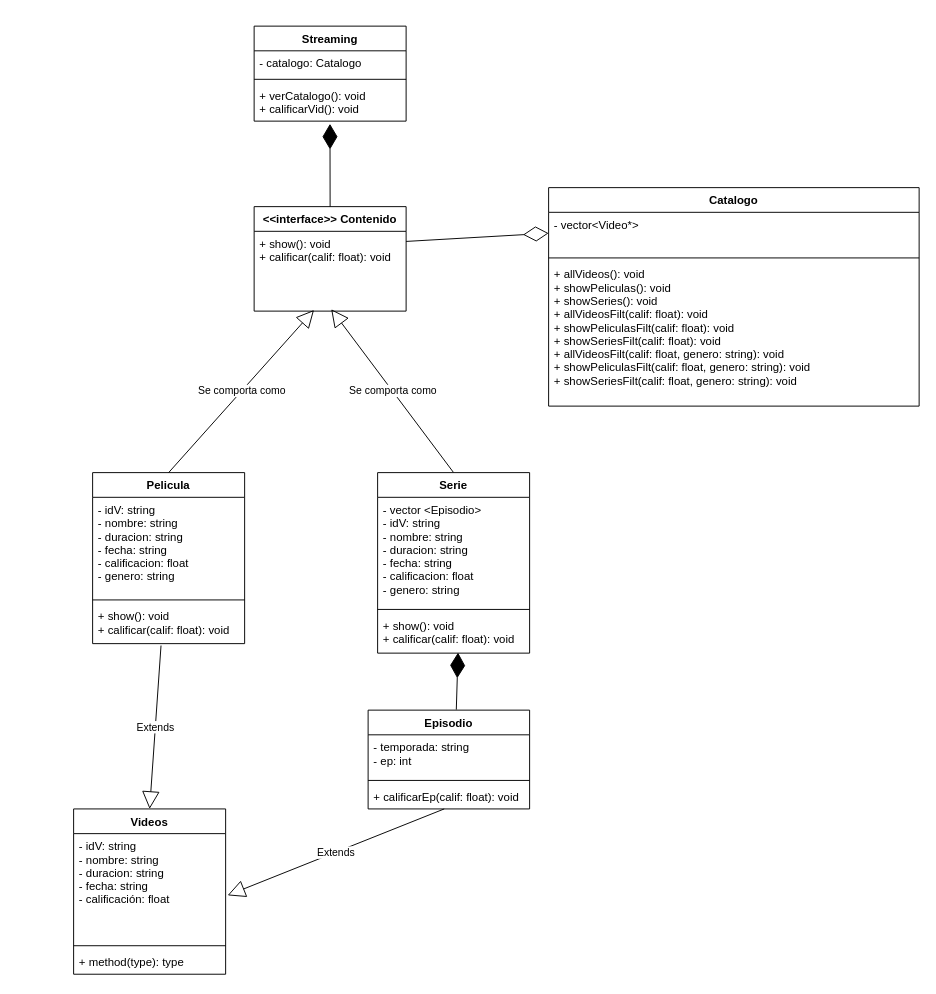
Earlier version of the draw.io diagram streaming 2.drawio (A01750658/proyecto_cpp). Source tidied: cells renumbered, new cells numbered last; positions are measured from the earlier drawing's top-left corner, leaving out a move shared by most shapes. Both pictures are drawn from the tidied source at 95%, with x=0, y=0 at pixel (73, 26).
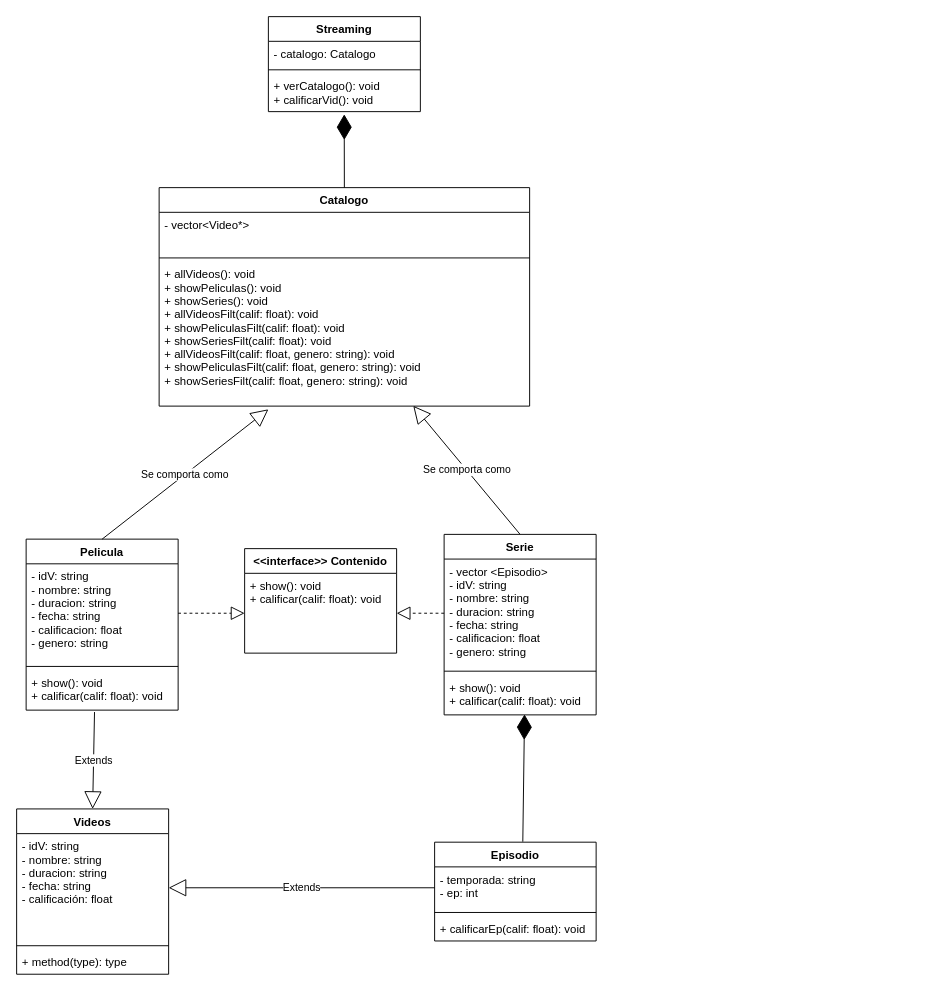
The same diagram, later.

The change refers to these unchanged cells:
```xml
<mxCell id="5" value="- vector&lt;Video*&gt;" style="text;strokeColor=none;fillColor=none;align=left;verticalAlign=top;spacingLeft=4;spacingRight=4;overflow=hidden;points=[[0,0.5],[1,0.5]];portConstraint=eastwest;" parent="4" vertex="1">
  <mxGeometry y="26" width="390" height="44" as="geometry" />
</mxCell>
<mxCell id="7" value="+ allVideos(): void&#10;+ showPeliculas(): void&#10;+ showSeries(): void&#10;+ allVideosFilt(calif: float): void&#10;+ showPeliculasFilt(calif: float): void&#10;+ showSeriesFilt(calif: float): void&#10;+ allVideosFilt(calif: float, genero: string): void&#10;+ showPeliculasFilt(calif: float, genero: string): void&#10;+ showSeriesFilt(calif: float, genero: string): void" style="text;strokeColor=none;fillColor=none;align=left;verticalAlign=top;spacingLeft=4;spacingRight=4;overflow=hidden;points=[[0,0.5],[1,0.5]];portConstraint=eastwest;" parent="4" vertex="1">
  <mxGeometry y="78" width="390" height="152" as="geometry" />
</mxCell>
<mxCell id="9" value="+ show(): void&#10;+ calificar(calif: float): void&#10;" style="text;strokeColor=none;fillColor=none;align=left;verticalAlign=top;spacingLeft=4;spacingRight=4;overflow=hidden;points=[[0,0.5],[1,0.5]];portConstraint=eastwest;" parent="8" vertex="1">
  <mxGeometry y="26" width="160" height="84" as="geometry" />
</mxCell>
<mxCell id="15" value="+ verCatalogo(): void&#10;+ calificarVid(): void" style="text;strokeColor=none;fillColor=none;align=left;verticalAlign=top;spacingLeft=4;spacingRight=4;overflow=hidden;points=[[0,0.5],[1,0.5]];portConstraint=eastwest;" parent="12" vertex="1">
  <mxGeometry y="60" width="160" height="40" as="geometry" />
</mxCell>
<mxCell id="17" value="- idV: string&#10;- nombre: string&#10;- duracion: string&#10;- fecha: string&#10;- calificacion: float&#10;- genero: string" style="text;strokeColor=none;fillColor=none;align=left;verticalAlign=top;spacingLeft=4;spacingRight=4;overflow=hidden;points=[[0,0.5],[1,0.5]];portConstraint=eastwest;" parent="16" vertex="1">
  <mxGeometry y="26" width="160" height="104" as="geometry" />
</mxCell>
<mxCell id="22" value="- vector &lt;Episodio&gt;&#10;- idV: string&#10;- nombre: string&#10;- duracion: string&#10;- fecha: string&#10;- calificacion: float&#10;- genero: string" style="text;strokeColor=none;fillColor=none;align=left;verticalAlign=top;spacingLeft=4;spacingRight=4;overflow=hidden;points=[[0,0.5],[1,0.5]];portConstraint=eastwest;" parent="21" vertex="1">
  <mxGeometry y="26" width="160" height="114" as="geometry" />
</mxCell>
<mxCell id="26" value="- temporada: string&#10;- ep: int" style="text;strokeColor=none;fillColor=none;align=left;verticalAlign=top;spacingLeft=4;spacingRight=4;overflow=hidden;points=[[0,0.5],[1,0.5]];portConstraint=eastwest;" parent="25" vertex="1">
  <mxGeometry y="26" width="170" height="44" as="geometry" />
</mxCell>
<mxCell id="28" value="+ calificarEp(calif: float): void" style="text;strokeColor=none;fillColor=none;align=left;verticalAlign=top;spacingLeft=4;spacingRight=4;overflow=hidden;points=[[0,0.5],[1,0.5]];portConstraint=eastwest;" parent="25" vertex="1">
  <mxGeometry y="78" width="170" height="26" as="geometry" />
</mxCell>
<mxCell id="30" value="- idV: string&#10;- nombre: string&#10;- duracion: string&#10;- fecha: string&#10;- calificación: float" style="text;strokeColor=none;fillColor=none;align=left;verticalAlign=top;spacingLeft=4;spacingRight=4;overflow=hidden;points=[[0,0.5],[1,0.5]];portConstraint=eastwest;" parent="29" vertex="1">
  <mxGeometry y="26" width="160" height="114" as="geometry" />
</mxCell>
```

What changed in the source:
```diff
@@
-    <mxCell id="2" style="endArrow=diamondThin;endFill=0;endSize=24;html=1;exitX=1;exitY=0.333;exitDx=0;exitDy=0;exitPerimeter=0;entryX=0;entryY=0.5;entryDx=0;entryDy=0;" parent="1" edge="1" source="8" target="5">
-      <mxGeometry relative="1" as="geometry" />
-    </mxCell>
@@
     <mxCell id="4" value="Catalogo" style="swimlane;fontStyle=1;align=center;verticalAlign=top;horizontal=1;startSize=26;" parent="1" vertex="1">
-      <mxGeometry x="500" y="170" width="390" height="230" as="geometry" />
+      <mxGeometry x="90" y="170" width="390" height="230" as="geometry" />
     </mxCell>
@@
     <mxCell id="8" value="&lt;&lt;interface&gt;&gt; Contenido" style="swimlane;fontStyle=1;align=center;verticalAlign=top;horizontal=1;startSize=26;" parent="1" vertex="1">
-      <mxGeometry x="190" y="190" width="160" height="110" as="geometry" />
+      <mxGeometry x="180" y="550" width="160" height="110" as="geometry" />
     </mxCell>
@@
-    <mxCell id="10" value="Se comporta como" style="endArrow=block;endSize=16;endFill=0;html=1;entryX=0.507;entryY=0.976;entryDx=0;entryDy=0;entryPerimeter=0;exitX=0.5;exitY=0;exitDx=0;exitDy=0;" parent="1" edge="1" source="21" target="9">
+    <mxCell id="10" value="Se comporta como" style="endArrow=block;endSize=16;endFill=0;html=1;exitX=0.5;exitY=0;exitDx=0;exitDy=0;entryX=0.686;entryY=0.998;entryDx=0;entryDy=0;entryPerimeter=0;" parent="1" edge="1" source="21" target="7">
       <mxGeometry relative="1" as="geometry" />
     </mxCell>
-    <mxCell id="11" style="endArrow=diamondThin;endFill=1;endSize=24;html=1;exitX=0.5;exitY=0;exitDx=0;exitDy=0;entryX=0.499;entryY=1.072;entryDx=0;entryDy=0;entryPerimeter=0;" parent="1" edge="1" source="8" target="15">
+    <mxCell id="11" style="endArrow=diamondThin;endFill=1;endSize=24;html=1;entryX=0.499;entryY=1.072;entryDx=0;entryDy=0;entryPerimeter=0;exitX=0.5;exitY=0;exitDx=0;exitDy=0;" parent="1" edge="1" source="4" target="15">
       <mxGeometry relative="1" as="geometry" />
     </mxCell>
     <mxCell id="12" value="Streaming" style="swimlane;fontStyle=1;align=center;verticalAlign=top;horizontal=1;startSize=26;" parent="1" vertex="1">
-      <mxGeometry x="190" width="160" height="100" as="geometry" />
+      <mxGeometry x="205" y="-10" width="160" height="100" as="geometry" />
     </mxCell>
@@
     <mxCell id="16" value="Pelicula" style="swimlane;fontStyle=1;align=center;verticalAlign=top;horizontal=1;startSize=26;" parent="1" vertex="1">
-      <mxGeometry x="20" y="470" width="160" height="180" as="geometry" />
+      <mxGeometry x="-50" y="540" width="160" height="180" as="geometry" />
     </mxCell>
@@
-    <mxCell id="20" value="Se comporta como" style="endArrow=block;endSize=16;endFill=0;html=1;exitX=0.5;exitY=0;exitDx=0;exitDy=0;entryX=0.394;entryY=0.986;entryDx=0;entryDy=0;entryPerimeter=0;" parent="1" edge="1" source="16" target="9">
+    <mxCell id="20" value="Se comporta como" style="endArrow=block;endSize=16;endFill=0;html=1;exitX=0.5;exitY=0;exitDx=0;exitDy=0;entryX=0.295;entryY=1.022;entryDx=0;entryDy=0;entryPerimeter=0;" parent="1" edge="1" source="16" target="7">
       <mxGeometry relative="1" as="geometry" />
     </mxCell>
     <mxCell id="21" value="Serie" style="swimlane;fontStyle=1;align=center;verticalAlign=top;horizontal=1;startSize=26;" parent="1" vertex="1">
-      <mxGeometry x="320" y="470" width="160" height="190" as="geometry" />
+      <mxGeometry x="390" y="535" width="160" height="190" as="geometry" />
     </mxCell>
@@
     <mxCell id="25" value="Episodio" style="swimlane;fontStyle=1;align=center;verticalAlign=top;horizontal=1;startSize=26;" parent="1" vertex="1">
-      <mxGeometry x="310" y="720" width="170" height="104" as="geometry" />
+      <mxGeometry x="380" y="859" width="170" height="104" as="geometry" />
     </mxCell>
@@
     <mxCell id="29" value="Videos" style="swimlane;fontStyle=1;align=center;verticalAlign=top;horizontal=1;startSize=26;" parent="1" vertex="1">
-      <mxGeometry y="824" width="160" height="174" as="geometry" />
+      <mxGeometry x="-60" y="824" width="160" height="174" as="geometry" />
     </mxCell>
@@
-    <mxCell id="33" value="Extends" style="endArrow=block;endSize=16;endFill=0;html=1;entryX=1.013;entryY=0.57;entryDx=0;entryDy=0;entryPerimeter=0;exitX=0.471;exitY=1;exitDx=0;exitDy=0;exitPerimeter=0;" parent="1" edge="1" source="28" target="30">
+    <mxCell id="33" value="Extends" style="endArrow=block;endSize=16;endFill=0;html=1;exitX=0;exitY=0.5;exitDx=0;exitDy=0;entryX=1;entryY=0.5;entryDx=0;entryDy=0;" parent="1" edge="1" source="26" target="30">
       <mxGeometry relative="1" as="geometry" />
     </mxCell>
@@
+    <mxCell id="35" style="endArrow=block;dashed=1;endFill=0;endSize=12;html=1;exitX=1;exitY=0.5;exitDx=0;exitDy=0;entryX=0;entryY=0.5;entryDx=0;entryDy=0;" parent="1" edge="1" source="17" target="9">
+      <mxGeometry relative="1" as="geometry" />
+    </mxCell>
+    <mxCell id="36" style="endArrow=block;dashed=1;endFill=0;endSize=12;html=1;exitX=0;exitY=0.5;exitDx=0;exitDy=0;entryX=1;entryY=0.5;entryDx=0;entryDy=0;" parent="1" edge="1" source="22" target="9">
+      <mxGeometry relative="1" as="geometry" />
+    </mxCell>
```
